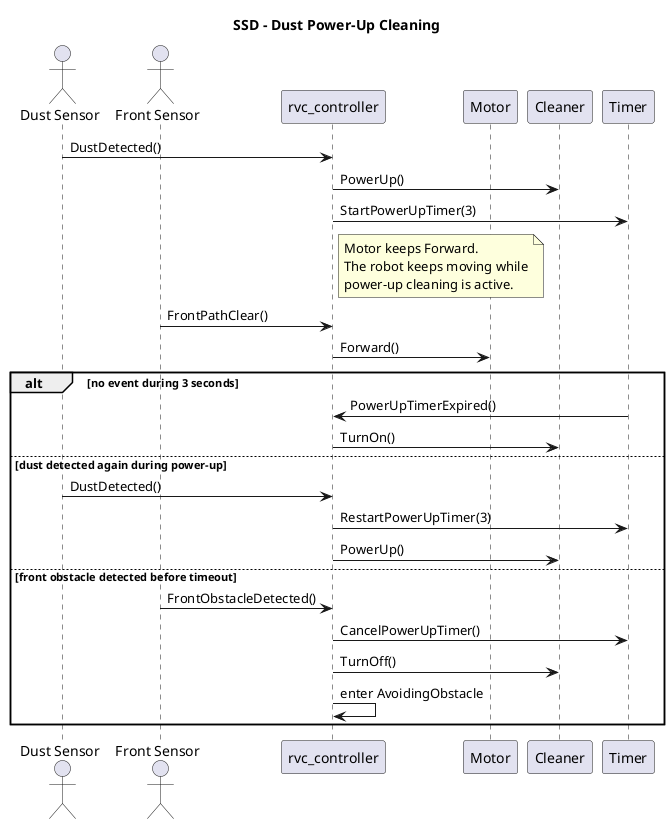
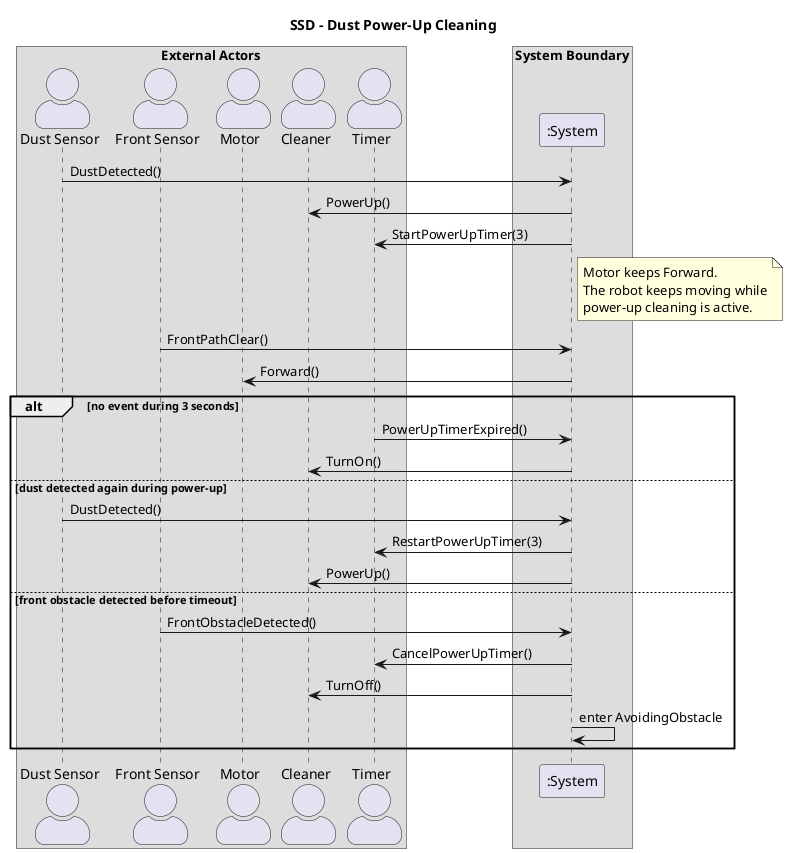
@startuml
title SSD - Dust Power-Up Cleaning

+ skinparam actorStyle awesome
+ 
+ box "External Actors"
actor "Dust Sensor" as DustSensor
actor "Front Sensor" as FrontSensor
- participant "rvc_controller" as Controller
- participant Motor
- participant Cleaner
- participant Timer
+ actor Motor
+ actor Cleaner
+ actor Timer
+ end box

- DustSensor -> Controller: DustDetected()
- Controller -> Cleaner: PowerUp()
- Controller -> Timer: StartPowerUpTimer(3)
- note right of Controller
+ box "System Boundary"
+ participant ":System" as System
+ end box
+ 
+ DustSensor -> System: DustDetected()
+ System -> Cleaner: PowerUp()
+ System -> Timer: StartPowerUpTimer(3)
+ note right of System
  Motor keeps Forward.
  The robot keeps moving while
  power-up cleaning is active.
end note

- FrontSensor -> Controller: FrontPathClear()
- Controller -> Motor: Forward()
+ FrontSensor -> System: FrontPathClear()
+ System -> Motor: Forward()

alt no event during 3 seconds
-   Timer -> Controller: PowerUpTimerExpired()
-   Controller -> Cleaner: TurnOn()
+   Timer -> System: PowerUpTimerExpired()
+   System -> Cleaner: TurnOn()
else dust detected again during power-up
-   DustSensor -> Controller: DustDetected()
-   Controller -> Timer: RestartPowerUpTimer(3)
-   Controller -> Cleaner: PowerUp()
+   DustSensor -> System: DustDetected()
+   System -> Timer: RestartPowerUpTimer(3)
+   System -> Cleaner: PowerUp()
else front obstacle detected before timeout
-   FrontSensor -> Controller: FrontObstacleDetected()
-   Controller -> Timer: CancelPowerUpTimer()
-   Controller -> Cleaner: TurnOff()
-   Controller -> Controller: enter AvoidingObstacle
+   FrontSensor -> System: FrontObstacleDetected()
+   System -> Timer: CancelPowerUpTimer()
+   System -> Cleaner: TurnOff()
+   System -> System: enter AvoidingObstacle
end
@enduml
